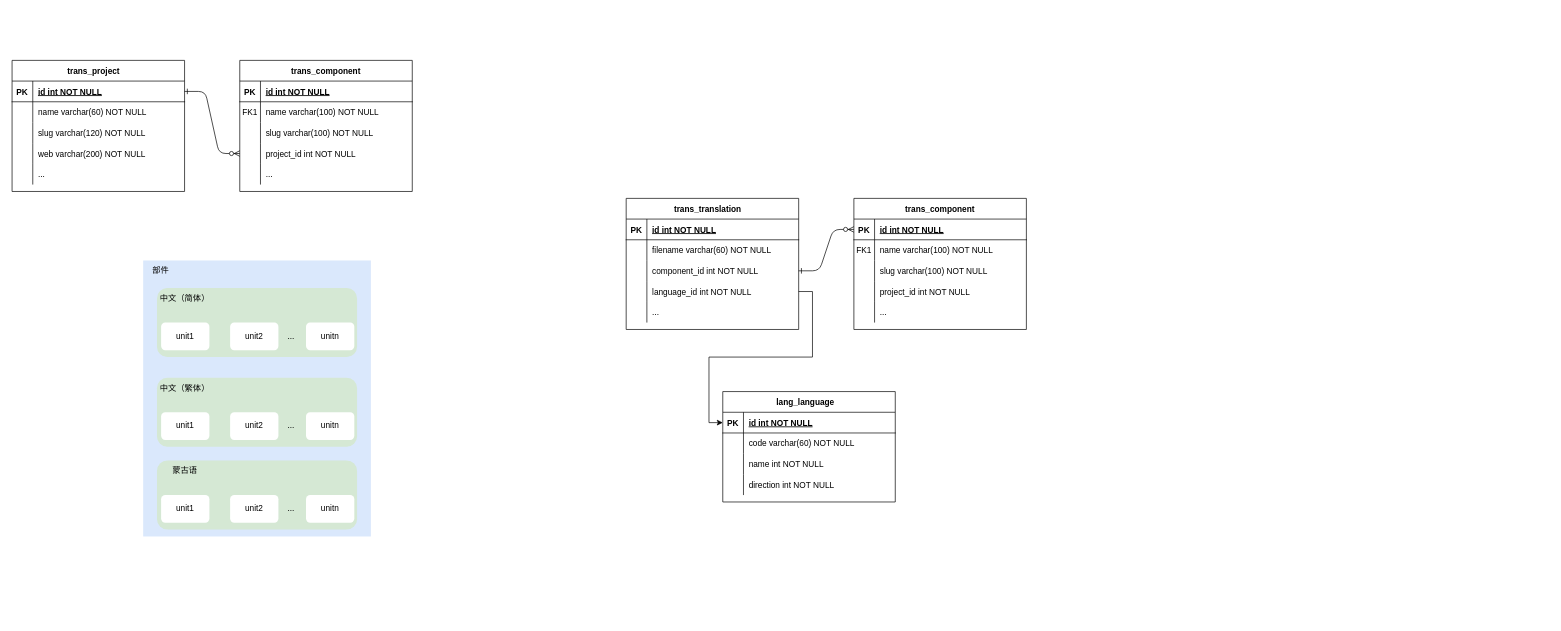
weijiang1994/draw-io keeps this draw.io diagram as weblate/项目、部件ER图.drawio. Above is the earlier version. Source tidied: cells renumbered, new cells numbered last; positions are measured from the earlier drawing's top-left corner, leaving out a move shared by most shapes. Both pictures are drawn from the tidied source at 69%, with x=0, y=0 at pixel (12, 60).
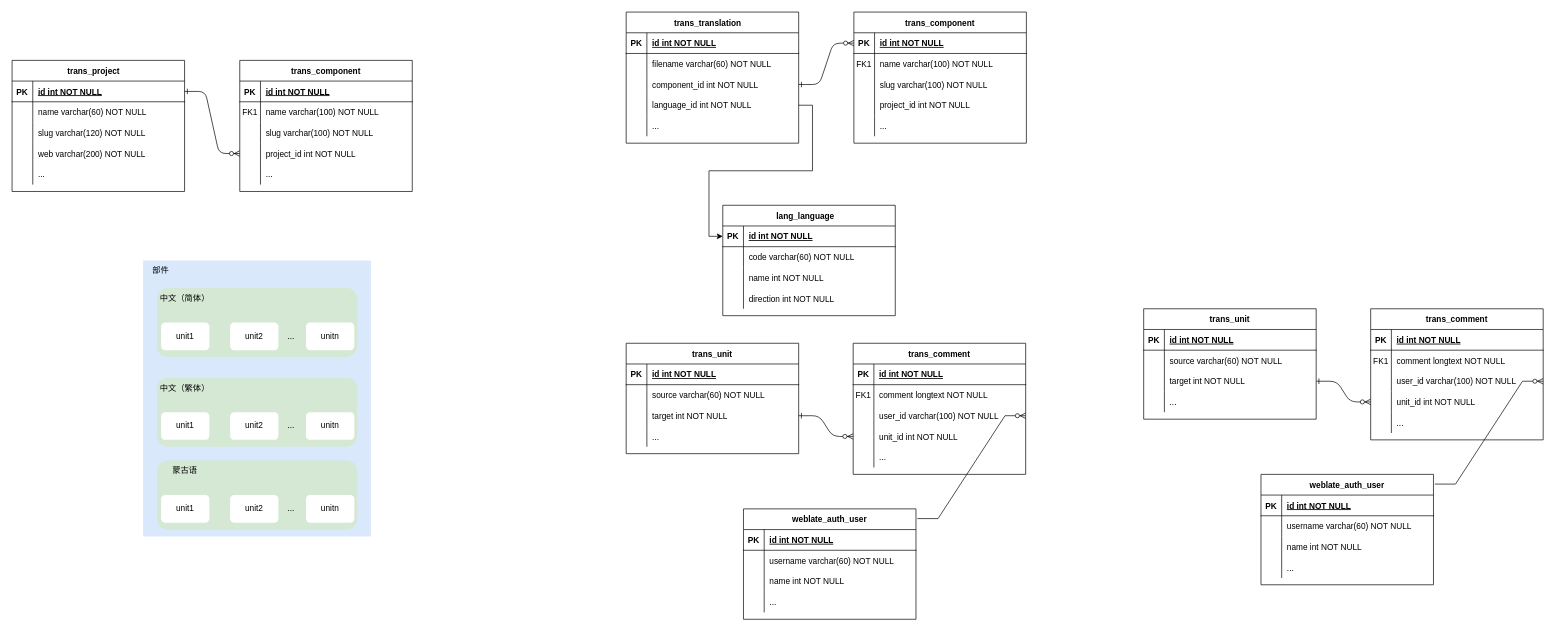
The same diagram, later.

Commit message:
更新项目、部件ER图.drawio

The edit, as a diff of the source:
```diff
@@
     <mxCell id="63" value="trans_component" style="shape=table;startSize=30;childLayout=tableLayout;rowLines=0;fontStyle=1;align=center;" parent="1" vertex="1">
-      <mxGeometry x="1220" y="200" width="250" height="190" as="geometry" />
+      <mxGeometry x="1220" y="-70" width="250" height="190" as="geometry" />
     </mxCell>
@@
     <mxCell id="79" value="trans_translation    " style="shape=table;startSize=30;childLayout=tableLayout;rowLines=0;fontStyle=1;align=center;" parent="1" vertex="1">
-      <mxGeometry x="890" y="200" width="250" height="190" as="geometry" />
+      <mxGeometry x="890" y="-70" width="250" height="190" as="geometry" />
     </mxCell>
@@
     <mxCell id="95" value="lang_language   " style="shape=table;startSize=30;childLayout=tableLayout;rowLines=0;fontStyle=1;align=center;" parent="1" vertex="1">
-      <mxGeometry x="1030" y="480" width="250" height="160" as="geometry" />
+      <mxGeometry x="1030" y="210" width="250" height="160" as="geometry" />
     </mxCell>
@@
+    <mxCell id="109" style="edgeStyle=entityRelationEdgeStyle;endArrow=ERzeroToMany;startArrow=ERone;endFill=1;startFill=0;exitX=1;exitY=0.5;exitDx=0;exitDy=0;" parent="1" edge="1" source="133" target="120">
+      <mxGeometry relative="1" as="geometry" />
+    </mxCell>
+    <mxCell id="110" value="trans_comment" style="shape=table;startSize=30;childLayout=tableLayout;rowLines=0;fontStyle=1;align=center;" parent="1" vertex="1">
+      <mxGeometry x="1219" y="410" width="250" height="190" as="geometry" />
+    </mxCell>
+    <mxCell id="111" style="shape=partialRectangle;fillColor=none;top=0;left=0;right=0;bottom=1;" parent="110" vertex="1">
+      <mxGeometry y="30" width="250" height="30" as="geometry" />
+    </mxCell>
+    <mxCell id="112" value="PK" style="shape=partialRectangle;overflow=hidden;fillColor=none;top=0;left=0;bottom=0;right=0;fontStyle=1;" parent="111" vertex="1">
+      <mxGeometry width="30" height="30" as="geometry" />
+    </mxCell>
+    <mxCell id="113" value="id int NOT NULL " style="shape=partialRectangle;overflow=hidden;fillColor=none;top=0;left=0;bottom=0;right=0;align=left;spacingLeft=6;fontStyle=5;" parent="111" vertex="1">
+      <mxGeometry x="30" width="220" height="30" as="geometry" />
+    </mxCell>
+    <mxCell id="114" style="shape=partialRectangle;fillColor=none;top=0;left=0;right=0;bottom=0;" parent="110" vertex="1">
+      <mxGeometry y="60" width="250" height="30" as="geometry" />
+    </mxCell>
+    <mxCell id="115" value="FK1" style="shape=partialRectangle;overflow=hidden;fillColor=none;top=0;left=0;bottom=0;right=0;" parent="114" vertex="1">
+      <mxGeometry width="30" height="30" as="geometry" />
+    </mxCell>
+    <mxCell id="116" value="comment longtext NOT NULL" style="shape=partialRectangle;overflow=hidden;fillColor=none;top=0;left=0;bottom=0;right=0;align=left;spacingLeft=6;" parent="114" vertex="1">
+      <mxGeometry x="30" width="220" height="30" as="geometry" />
+    </mxCell>
+    <mxCell id="117" style="shape=partialRectangle;fillColor=none;points=[[0,0.5],[1,0.5]];portConstraint=eastwest;top=0;left=0;right=0;bottom=0;" parent="110" vertex="1">
+      <mxGeometry y="90" width="250" height="30" as="geometry" />
+    </mxCell>
+    <mxCell id="118" style="shape=partialRectangle;overflow=hidden;fillColor=none;top=0;left=0;bottom=0;right=0;" parent="117" vertex="1">
+      <mxGeometry width="30" height="30" as="geometry" />
+    </mxCell>
+    <mxCell id="119" value="user_id varchar(100) NOT NULL" style="shape=partialRectangle;overflow=hidden;fillColor=none;top=0;left=0;bottom=0;right=0;align=left;spacingLeft=6;" parent="117" vertex="1">
+      <mxGeometry x="30" width="220" height="30" as="geometry" />
+    </mxCell>
+    <mxCell id="120" style="shape=partialRectangle;fillColor=none;points=[[0,0.5],[1,0.5]];portConstraint=eastwest;top=0;left=0;right=0;bottom=0;" parent="110" vertex="1">
+      <mxGeometry y="120" width="250" height="30" as="geometry" />
+    </mxCell>
+    <mxCell id="121" style="shape=partialRectangle;overflow=hidden;fillColor=none;top=0;left=0;bottom=0;right=0;" parent="120" vertex="1">
+      <mxGeometry width="30" height="30" as="geometry" />
+    </mxCell>
+    <mxCell id="122" value="unit_id int NOT NULL" style="shape=partialRectangle;overflow=hidden;fillColor=none;top=0;left=0;bottom=0;right=0;align=left;spacingLeft=6;" parent="120" vertex="1">
+      <mxGeometry x="30" width="220" height="30" as="geometry" />
+    </mxCell>
+    <mxCell id="123" style="shape=partialRectangle;fillColor=none;top=0;left=0;right=0;bottom=0;" parent="110" vertex="1">
+      <mxGeometry y="150" width="250" height="30" as="geometry" />
+    </mxCell>
+    <mxCell id="124" style="shape=partialRectangle;overflow=hidden;fillColor=none;top=0;left=0;bottom=0;right=0;" parent="123" vertex="1">
+      <mxGeometry width="30" height="30" as="geometry" />
+    </mxCell>
+    <mxCell id="125" value="..." style="shape=partialRectangle;overflow=hidden;fillColor=none;top=0;left=0;bottom=0;right=0;align=left;spacingLeft=6;" parent="123" vertex="1">
+      <mxGeometry x="30" width="220" height="30" as="geometry" />
+    </mxCell>
+    <mxCell id="126" value="trans_unit" style="shape=table;startSize=30;childLayout=tableLayout;rowLines=0;fontStyle=1;align=center;" parent="1" vertex="1">
+      <mxGeometry x="890" y="410" width="250" height="160" as="geometry" />
+    </mxCell>
+    <mxCell id="127" style="shape=partialRectangle;fillColor=none;top=0;left=0;right=0;bottom=1;" parent="126" vertex="1">
+      <mxGeometry y="30" width="250" height="30" as="geometry" />
+    </mxCell>
+    <mxCell id="128" value="PK" style="shape=partialRectangle;overflow=hidden;fillColor=none;top=0;left=0;bottom=0;right=0;fontStyle=1;" parent="127" vertex="1">
+      <mxGeometry width="30" height="30" as="geometry" />
+    </mxCell>
+    <mxCell id="129" value="id int NOT NULL " style="shape=partialRectangle;overflow=hidden;fillColor=none;top=0;left=0;bottom=0;right=0;align=left;spacingLeft=6;fontStyle=5;" parent="127" vertex="1">
+      <mxGeometry x="30" width="220" height="30" as="geometry" />
+    </mxCell>
+    <mxCell id="130" style="shape=partialRectangle;fillColor=none;top=0;left=0;right=0;bottom=0;" parent="126" vertex="1">
+      <mxGeometry y="60" width="250" height="30" as="geometry" />
+    </mxCell>
+    <mxCell id="131" style="shape=partialRectangle;overflow=hidden;fillColor=none;top=0;left=0;bottom=0;right=0;" parent="130" vertex="1">
+      <mxGeometry width="30" height="30" as="geometry" />
+    </mxCell>
+    <mxCell id="132" value="source varchar(60) NOT NULL" style="shape=partialRectangle;overflow=hidden;fillColor=none;top=0;left=0;bottom=0;right=0;align=left;spacingLeft=6;" parent="130" vertex="1">
+      <mxGeometry x="30" width="220" height="30" as="geometry" />
+    </mxCell>
+    <mxCell id="133" style="shape=partialRectangle;fillColor=none;points=[[0,0.5],[1,0.5]];portConstraint=eastwest;top=0;left=0;right=0;bottom=0;" parent="126" vertex="1">
+      <mxGeometry y="90" width="250" height="30" as="geometry" />
+    </mxCell>
+    <mxCell id="134" style="shape=partialRectangle;overflow=hidden;fillColor=none;top=0;left=0;bottom=0;right=0;" parent="133" vertex="1">
+      <mxGeometry width="30" height="30" as="geometry" />
+    </mxCell>
+    <mxCell id="135" value="target int NOT NULL" style="shape=partialRectangle;overflow=hidden;fillColor=none;top=0;left=0;bottom=0;right=0;align=left;spacingLeft=6;" parent="133" vertex="1">
+      <mxGeometry x="30" width="220" height="30" as="geometry" />
+    </mxCell>
+    <mxCell id="136" style="shape=partialRectangle;fillColor=none;top=0;left=0;right=0;bottom=0;" parent="126" vertex="1">
+      <mxGeometry y="120" width="250" height="30" as="geometry" />
+    </mxCell>
+    <mxCell id="137" style="shape=partialRectangle;overflow=hidden;fillColor=none;top=0;left=0;bottom=0;right=0;" parent="136" vertex="1">
+      <mxGeometry width="30" height="30" as="geometry" />
+    </mxCell>
+    <mxCell id="138" value="..." style="shape=partialRectangle;overflow=hidden;fillColor=none;top=0;left=0;bottom=0;right=0;align=left;spacingLeft=6;" parent="136" vertex="1">
+      <mxGeometry x="30" width="220" height="30" as="geometry" />
+    </mxCell>
+    <mxCell id="139" value="weblate_auth_user" style="shape=table;startSize=30;childLayout=tableLayout;rowLines=0;fontStyle=1;align=center;" parent="1" vertex="1">
+      <mxGeometry x="1060" y="650" width="250" height="160" as="geometry" />
+    </mxCell>
+    <mxCell id="140" style="shape=partialRectangle;fillColor=none;top=0;left=0;right=0;bottom=1;" parent="139" vertex="1">
+      <mxGeometry y="30" width="250" height="30" as="geometry" />
+    </mxCell>
+    <mxCell id="141" value="PK" style="shape=partialRectangle;overflow=hidden;fillColor=none;top=0;left=0;bottom=0;right=0;fontStyle=1;" parent="140" vertex="1">
+      <mxGeometry width="30" height="30" as="geometry" />
+    </mxCell>
+    <mxCell id="142" value="id int NOT NULL " style="shape=partialRectangle;overflow=hidden;fillColor=none;top=0;left=0;bottom=0;right=0;align=left;spacingLeft=6;fontStyle=5;" parent="140" vertex="1">
+      <mxGeometry x="30" width="220" height="30" as="geometry" />
+    </mxCell>
+    <mxCell id="143" style="shape=partialRectangle;fillColor=none;top=0;left=0;right=0;bottom=0;" parent="139" vertex="1">
+      <mxGeometry y="60" width="250" height="30" as="geometry" />
+    </mxCell>
+    <mxCell id="144" style="shape=partialRectangle;overflow=hidden;fillColor=none;top=0;left=0;bottom=0;right=0;" parent="143" vertex="1">
+      <mxGeometry width="30" height="30" as="geometry" />
+    </mxCell>
+    <mxCell id="145" value="username varchar(60) NOT NULL" style="shape=partialRectangle;overflow=hidden;fillColor=none;top=0;left=0;bottom=0;right=0;align=left;spacingLeft=6;" parent="143" vertex="1">
+      <mxGeometry x="30" width="220" height="30" as="geometry" />
+    </mxCell>
+    <mxCell id="146" style="shape=partialRectangle;fillColor=none;top=0;left=0;right=0;bottom=0;" parent="139" vertex="1">
+      <mxGeometry y="90" width="250" height="30" as="geometry" />
+    </mxCell>
+    <mxCell id="147" style="shape=partialRectangle;overflow=hidden;fillColor=none;top=0;left=0;bottom=0;right=0;" parent="146" vertex="1">
+      <mxGeometry width="30" height="30" as="geometry" />
+    </mxCell>
+    <mxCell id="148" value="name int NOT NULL" style="shape=partialRectangle;overflow=hidden;fillColor=none;top=0;left=0;bottom=0;right=0;align=left;spacingLeft=6;" parent="146" vertex="1">
+      <mxGeometry x="30" width="220" height="30" as="geometry" />
+    </mxCell>
+    <mxCell id="149" style="shape=partialRectangle;fillColor=none;top=0;left=0;right=0;bottom=0;" parent="139" vertex="1">
+      <mxGeometry y="120" width="250" height="30" as="geometry" />
+    </mxCell>
+    <mxCell id="150" style="shape=partialRectangle;overflow=hidden;fillColor=none;top=0;left=0;bottom=0;right=0;" parent="149" vertex="1">
+      <mxGeometry width="30" height="30" as="geometry" />
+    </mxCell>
+    <mxCell id="151" value="..." style="shape=partialRectangle;overflow=hidden;fillColor=none;top=0;left=0;bottom=0;right=0;align=left;spacingLeft=6;" parent="149" vertex="1">
+      <mxGeometry x="30" width="220" height="30" as="geometry" />
+    </mxCell>
+    <mxCell id="152" style="edgeStyle=entityRelationEdgeStyle;fontSize=12;html=1;endArrow=ERzeroToMany;endFill=1;rounded=0;entryX=1;entryY=0.5;entryDx=0;entryDy=0;exitX=1.008;exitY=0.088;exitDx=0;exitDy=0;exitPerimeter=0;" parent="1" edge="1" source="139" target="117">
+      <mxGeometry relative="1" as="geometry" />
+    </mxCell>
+    <mxCell id="153" style="edgeStyle=entityRelationEdgeStyle;endArrow=ERzeroToMany;startArrow=ERone;endFill=1;startFill=0;exitX=1;exitY=0.5;exitDx=0;exitDy=0;" parent="1" edge="1" source="177" target="164">
+      <mxGeometry relative="1" as="geometry" />
+    </mxCell>
+    <mxCell id="154" value="trans_comment" style="shape=table;startSize=30;childLayout=tableLayout;rowLines=0;fontStyle=1;align=center;" parent="1" vertex="1">
+      <mxGeometry x="1969" y="360" width="250" height="190" as="geometry" />
+    </mxCell>
+    <mxCell id="155" style="shape=partialRectangle;fillColor=none;top=0;left=0;right=0;bottom=1;" parent="154" vertex="1">
+      <mxGeometry y="30" width="250" height="30" as="geometry" />
+    </mxCell>
+    <mxCell id="156" value="PK" style="shape=partialRectangle;overflow=hidden;fillColor=none;top=0;left=0;bottom=0;right=0;fontStyle=1;" parent="155" vertex="1">
+      <mxGeometry width="30" height="30" as="geometry" />
+    </mxCell>
+    <mxCell id="157" value="id int NOT NULL " style="shape=partialRectangle;overflow=hidden;fillColor=none;top=0;left=0;bottom=0;right=0;align=left;spacingLeft=6;fontStyle=5;" parent="155" vertex="1">
+      <mxGeometry x="30" width="220" height="30" as="geometry" />
+    </mxCell>
+    <mxCell id="158" style="shape=partialRectangle;fillColor=none;top=0;left=0;right=0;bottom=0;" parent="154" vertex="1">
+      <mxGeometry y="60" width="250" height="30" as="geometry" />
+    </mxCell>
+    <mxCell id="159" value="FK1" style="shape=partialRectangle;overflow=hidden;fillColor=none;top=0;left=0;bottom=0;right=0;" parent="158" vertex="1">
+      <mxGeometry width="30" height="30" as="geometry" />
+    </mxCell>
+    <mxCell id="160" value="comment longtext NOT NULL" style="shape=partialRectangle;overflow=hidden;fillColor=none;top=0;left=0;bottom=0;right=0;align=left;spacingLeft=6;" parent="158" vertex="1">
+      <mxGeometry x="30" width="220" height="30" as="geometry" />
+    </mxCell>
+    <mxCell id="161" style="shape=partialRectangle;fillColor=none;points=[[0,0.5],[1,0.5]];portConstraint=eastwest;top=0;left=0;right=0;bottom=0;" parent="154" vertex="1">
+      <mxGeometry y="90" width="250" height="30" as="geometry" />
+    </mxCell>
+    <mxCell id="162" style="shape=partialRectangle;overflow=hidden;fillColor=none;top=0;left=0;bottom=0;right=0;" parent="161" vertex="1">
+      <mxGeometry width="30" height="30" as="geometry" />
+    </mxCell>
+    <mxCell id="163" value="user_id varchar(100) NOT NULL" style="shape=partialRectangle;overflow=hidden;fillColor=none;top=0;left=0;bottom=0;right=0;align=left;spacingLeft=6;" parent="161" vertex="1">
+      <mxGeometry x="30" width="220" height="30" as="geometry" />
+    </mxCell>
+    <mxCell id="164" style="shape=partialRectangle;fillColor=none;points=[[0,0.5],[1,0.5]];portConstraint=eastwest;top=0;left=0;right=0;bottom=0;" parent="154" vertex="1">
+      <mxGeometry y="120" width="250" height="30" as="geometry" />
+    </mxCell>
+    <mxCell id="165" style="shape=partialRectangle;overflow=hidden;fillColor=none;top=0;left=0;bottom=0;right=0;" parent="164" vertex="1">
+      <mxGeometry width="30" height="30" as="geometry" />
+    </mxCell>
+    <mxCell id="166" value="unit_id int NOT NULL" style="shape=partialRectangle;overflow=hidden;fillColor=none;top=0;left=0;bottom=0;right=0;align=left;spacingLeft=6;" parent="164" vertex="1">
+      <mxGeometry x="30" width="220" height="30" as="geometry" />
+    </mxCell>
+    <mxCell id="167" style="shape=partialRectangle;fillColor=none;top=0;left=0;right=0;bottom=0;" parent="154" vertex="1">
+      <mxGeometry y="150" width="250" height="30" as="geometry" />
+    </mxCell>
+    <mxCell id="168" style="shape=partialRectangle;overflow=hidden;fillColor=none;top=0;left=0;bottom=0;right=0;" parent="167" vertex="1">
+      <mxGeometry width="30" height="30" as="geometry" />
+    </mxCell>
+    <mxCell id="169" value="..." style="shape=partialRectangle;overflow=hidden;fillColor=none;top=0;left=0;bottom=0;right=0;align=left;spacingLeft=6;" parent="167" vertex="1">
+      <mxGeometry x="30" width="220" height="30" as="geometry" />
+    </mxCell>
+    <mxCell id="170" value="trans_unit" style="shape=table;startSize=30;childLayout=tableLayout;rowLines=0;fontStyle=1;align=center;" parent="1" vertex="1">
+      <mxGeometry x="1640" y="360" width="250" height="160" as="geometry" />
+    </mxCell>
+    <mxCell id="171" style="shape=partialRectangle;fillColor=none;top=0;left=0;right=0;bottom=1;" parent="170" vertex="1">
+      <mxGeometry y="30" width="250" height="30" as="geometry" />
+    </mxCell>
+    <mxCell id="172" value="PK" style="shape=partialRectangle;overflow=hidden;fillColor=none;top=0;left=0;bottom=0;right=0;fontStyle=1;" parent="171" vertex="1">
+      <mxGeometry width="30" height="30" as="geometry" />
+    </mxCell>
+    <mxCell id="173" value="id int NOT NULL " style="shape=partialRectangle;overflow=hidden;fillColor=none;top=0;left=0;bottom=0;right=0;align=left;spacingLeft=6;fontStyle=5;" parent="171" vertex="1">
+      <mxGeometry x="30" width="220" height="30" as="geometry" />
+    </mxCell>
+    <mxCell id="174" style="shape=partialRectangle;fillColor=none;top=0;left=0;right=0;bottom=0;" parent="170" vertex="1">
+      <mxGeometry y="60" width="250" height="30" as="geometry" />
+    </mxCell>
+    <mxCell id="175" style="shape=partialRectangle;overflow=hidden;fillColor=none;top=0;left=0;bottom=0;right=0;" parent="174" vertex="1">
+      <mxGeometry width="30" height="30" as="geometry" />
+    </mxCell>
+    <mxCell id="176" value="source varchar(60) NOT NULL" style="shape=partialRectangle;overflow=hidden;fillColor=none;top=0;left=0;bottom=0;right=0;align=left;spacingLeft=6;" parent="174" vertex="1">
+      <mxGeometry x="30" width="220" height="30" as="geometry" />
+    </mxCell>
+    <mxCell id="177" style="shape=partialRectangle;fillColor=none;points=[[0,0.5],[1,0.5]];portConstraint=eastwest;top=0;left=0;right=0;bottom=0;" parent="170" vertex="1">
+      <mxGeometry y="90" width="250" height="30" as="geometry" />
+    </mxCell>
+    <mxCell id="178" style="shape=partialRectangle;overflow=hidden;fillColor=none;top=0;left=0;bottom=0;right=0;" parent="177" vertex="1">
+      <mxGeometry width="30" height="30" as="geometry" />
+    </mxCell>
+    <mxCell id="179" value="target int NOT NULL" style="shape=partialRectangle;overflow=hidden;fillColor=none;top=0;left=0;bottom=0;right=0;align=left;spacingLeft=6;" parent="177" vertex="1">
+      <mxGeometry x="30" width="220" height="30" as="geometry" />
+    </mxCell>
+    <mxCell id="180" style="shape=partialRectangle;fillColor=none;top=0;left=0;right=0;bottom=0;" parent="170" vertex="1">
+      <mxGeometry y="120" width="250" height="30" as="geometry" />
+    </mxCell>
+    <mxCell id="181" style="shape=partialRectangle;overflow=hidden;fillColor=none;top=0;left=0;bottom=0;right=0;" parent="180" vertex="1">
+      <mxGeometry width="30" height="30" as="geometry" />
+    </mxCell>
+    <mxCell id="182" value="..." style="shape=partialRectangle;overflow=hidden;fillColor=none;top=0;left=0;bottom=0;right=0;align=left;spacingLeft=6;" parent="180" vertex="1">
+      <mxGeometry x="30" width="220" height="30" as="geometry" />
+    </mxCell>
+    <mxCell id="183" value="weblate_auth_user" style="shape=table;startSize=30;childLayout=tableLayout;rowLines=0;fontStyle=1;align=center;" parent="1" vertex="1">
+      <mxGeometry x="1810" y="600" width="250" height="160" as="geometry" />
+    </mxCell>
+    <mxCell id="184" style="shape=partialRectangle;fillColor=none;top=0;left=0;right=0;bottom=1;" parent="183" vertex="1">
+      <mxGeometry y="30" width="250" height="30" as="geometry" />
+    </mxCell>
+    <mxCell id="185" value="PK" style="shape=partialRectangle;overflow=hidden;fillColor=none;top=0;left=0;bottom=0;right=0;fontStyle=1;" parent="184" vertex="1">
+      <mxGeometry width="30" height="30" as="geometry" />
+    </mxCell>
+    <mxCell id="186" value="id int NOT NULL " style="shape=partialRectangle;overflow=hidden;fillColor=none;top=0;left=0;bottom=0;right=0;align=left;spacingLeft=6;fontStyle=5;" parent="184" vertex="1">
+      <mxGeometry x="30" width="220" height="30" as="geometry" />
+    </mxCell>
+    <mxCell id="187" style="shape=partialRectangle;fillColor=none;top=0;left=0;right=0;bottom=0;" parent="183" vertex="1">
+      <mxGeometry y="60" width="250" height="30" as="geometry" />
+    </mxCell>
+    <mxCell id="188" style="shape=partialRectangle;overflow=hidden;fillColor=none;top=0;left=0;bottom=0;right=0;" parent="187" vertex="1">
+      <mxGeometry width="30" height="30" as="geometry" />
+    </mxCell>
+    <mxCell id="189" value="username varchar(60) NOT NULL" style="shape=partialRectangle;overflow=hidden;fillColor=none;top=0;left=0;bottom=0;right=0;align=left;spacingLeft=6;" parent="187" vertex="1">
+      <mxGeometry x="30" width="220" height="30" as="geometry" />
+    </mxCell>
+    <mxCell id="190" style="shape=partialRectangle;fillColor=none;top=0;left=0;right=0;bottom=0;" parent="183" vertex="1">
+      <mxGeometry y="90" width="250" height="30" as="geometry" />
+    </mxCell>
+    <mxCell id="191" style="shape=partialRectangle;overflow=hidden;fillColor=none;top=0;left=0;bottom=0;right=0;" parent="190" vertex="1">
+      <mxGeometry width="30" height="30" as="geometry" />
+    </mxCell>
+    <mxCell id="192" value="name int NOT NULL" style="shape=partialRectangle;overflow=hidden;fillColor=none;top=0;left=0;bottom=0;right=0;align=left;spacingLeft=6;" parent="190" vertex="1">
+      <mxGeometry x="30" width="220" height="30" as="geometry" />
+    </mxCell>
+    <mxCell id="193" style="shape=partialRectangle;fillColor=none;top=0;left=0;right=0;bottom=0;" parent="183" vertex="1">
+      <mxGeometry y="120" width="250" height="30" as="geometry" />
+    </mxCell>
+    <mxCell id="194" style="shape=partialRectangle;overflow=hidden;fillColor=none;top=0;left=0;bottom=0;right=0;" parent="193" vertex="1">
+      <mxGeometry width="30" height="30" as="geometry" />
+    </mxCell>
+    <mxCell id="195" value="..." style="shape=partialRectangle;overflow=hidden;fillColor=none;top=0;left=0;bottom=0;right=0;align=left;spacingLeft=6;" parent="193" vertex="1">
+      <mxGeometry x="30" width="220" height="30" as="geometry" />
+    </mxCell>
+    <mxCell id="196" style="edgeStyle=entityRelationEdgeStyle;fontSize=12;html=1;endArrow=ERzeroToMany;endFill=1;rounded=0;entryX=1;entryY=0.5;entryDx=0;entryDy=0;exitX=1.008;exitY=0.088;exitDx=0;exitDy=0;exitPerimeter=0;" parent="1" edge="1" source="183" target="161">
+      <mxGeometry relative="1" as="geometry" />
+    </mxCell>
```
